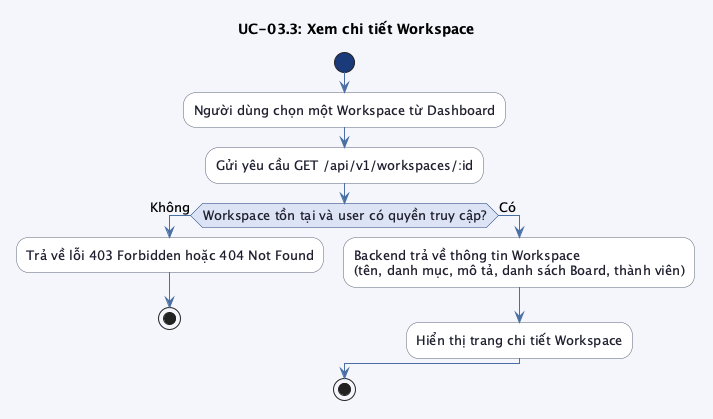
Above: src/images/chap3/activity_uc03_3.png in trongnhan34vn/trello-report (PlantUML), before the change. The source it was exported from:
```plantuml
@startuml activity_uc03_3

skinparam linetype ortho
skinparam defaultFontSize 13
skinparam backgroundColor #f4f6fb
skinparam activity {
    BackgroundColor #ffffff
    BorderColor #5b6279
    FontColor #1e1e2e
    ArrowColor #4a6fa5
    DiamondBackgroundColor #dce3f5
    DiamondBorderColor #1a3a7a
    DiamondFontColor #1e1e2e
    StartColor #1a3a7a
    EndColor #1a3a7a
}

title UC-03.3: Xem chi tiết Workspace

start

:Người dùng chọn một Workspace từ Dashboard;
:Gửi yêu cầu GET /api/v1/workspaces/:id;

if (Workspace tồn tại và user có quyền truy cập?) then (Không)
    :Trả về lỗi 403 Forbidden hoặc 404 Not Found;
    stop
else (Có)
    :Backend trả về thông tin Workspace\n(tên, danh mục, mô tả, danh sách Board, thành viên);
    :Hiển thị trang chi tiết Workspace;
endif

stop

@enduml
```
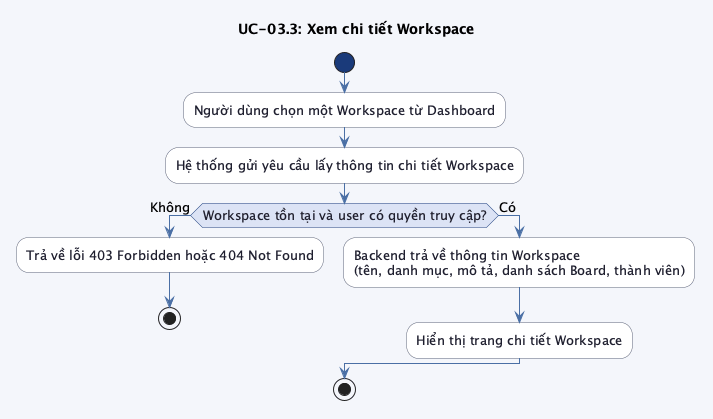
After the commit.

Change to the diagram source:
```diff
@@ -20,7 +20,7 @@
 start
 
 :Người dùng chọn một Workspace từ Dashboard;
-:Gửi yêu cầu GET /api/v1/workspaces/:id;
+:Hệ thống gửi yêu cầu lấy thông tin chi tiết Workspace;
 
 if (Workspace tồn tại và user có quyền truy cập?) then (Không)
     :Trả về lỗi 403 Forbidden hoặc 404 Not Found;
```
